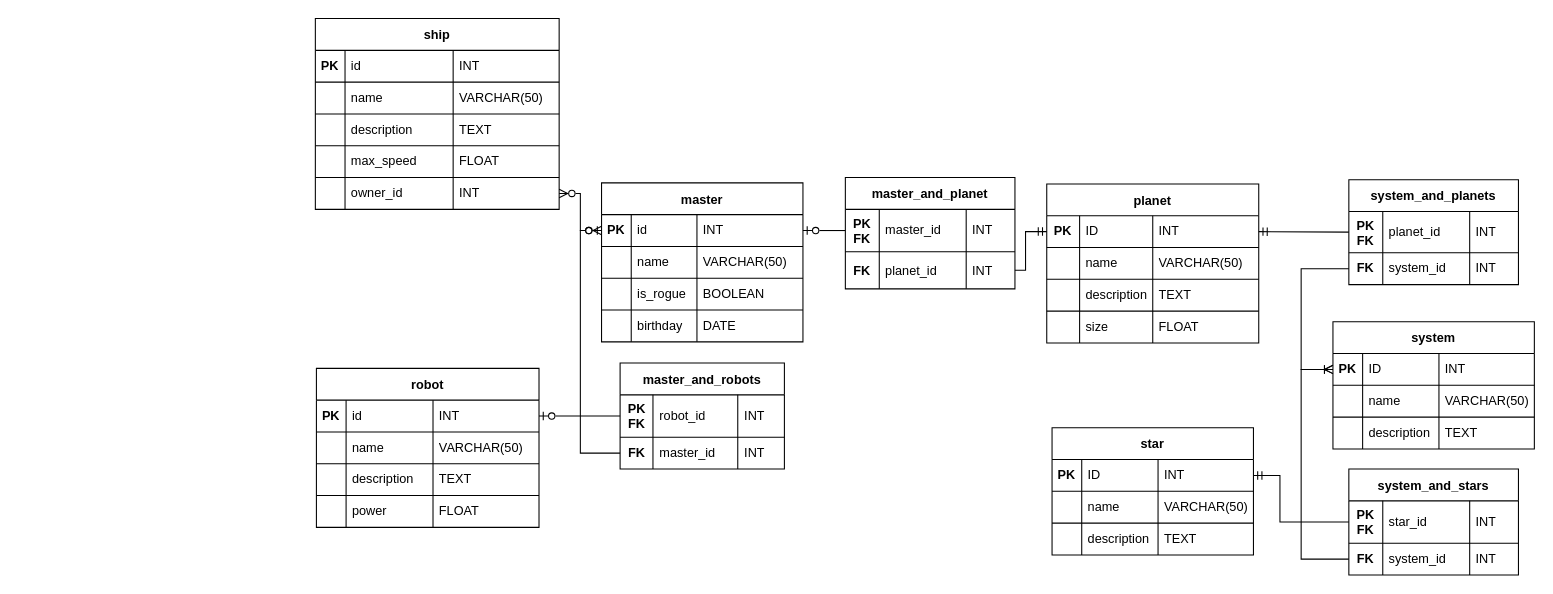
Earlier version of the draw.io diagram lab1/datalogical model.drawio (AskarKasimov/DB-labs). Source tidied: cells renumbered, new cells numbered last; positions are measured from the earlier drawing's top-left corner, leaving out a move shared by most shapes. Both pictures are drawn from the tidied source at 106%, with x=0, y=0 at pixel (315, 18).
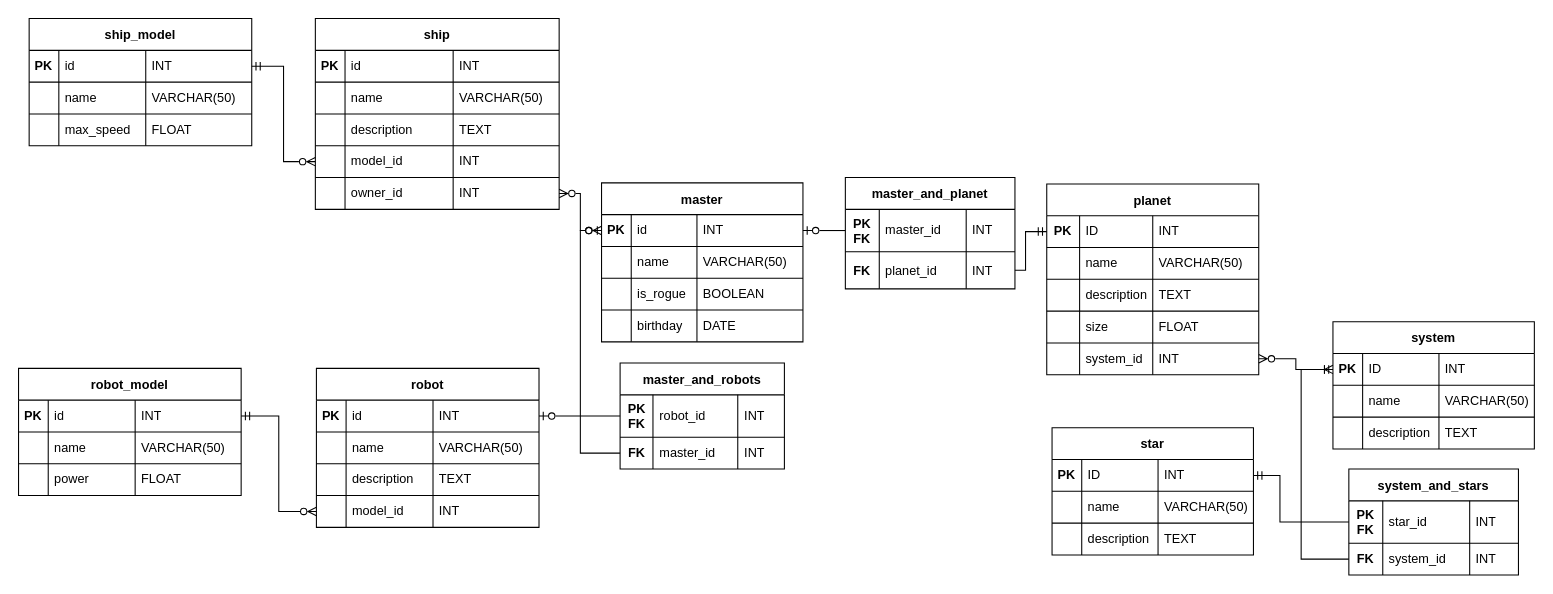
The same page after the edit.

The change refers to these unchanged cells:
```xml
<mxCell id="15" style="shape=tableRow;horizontal=0;startSize=0;swimlaneHead=0;swimlaneBody=0;strokeColor=inherit;top=0;left=0;bottom=0;right=0;fillColor=none;points=[[0,0.5],[1,0.5]];portConstraint=eastwest;fontSize=16;" parent="2" vertex="1">
  <mxGeometry y="120" width="230" height="30" as="geometry" />
</mxCell>
<mxCell id="36" style="shape=tableRow;horizontal=0;startSize=0;swimlaneHead=0;swimlaneBody=0;strokeColor=inherit;top=0;left=0;bottom=0;right=0;fillColor=none;points=[[0,0.5],[1,0.5]];portConstraint=eastwest;fontSize=16;" parent="23" vertex="1">
  <mxGeometry y="120" width="210" height="30" as="geometry" />
</mxCell>
<mxCell id="58" style="shape=tableRow;horizontal=0;startSize=0;swimlaneHead=0;swimlaneBody=0;strokeColor=inherit;top=0;left=0;bottom=0;right=0;fillColor=none;points=[[0,0.5],[1,0.5]];portConstraint=eastwest;fontSize=16;" parent="57" vertex="1">
  <mxGeometry y="30" width="190" height="30" as="geometry" />
</mxCell>
```

The edit, as a diff of the source:
```diff
@@
-    <mxCell id="17" value="max_speed" style="shape=partialRectangle;html=1;whiteSpace=wrap;strokeColor=inherit;overflow=hidden;fillColor=none;top=0;left=0;bottom=0;right=0;fontSize=12;align=left;spacing=6;" parent="15" vertex="1">
+    <mxCell id="17" value="model_id" style="shape=partialRectangle;html=1;whiteSpace=wrap;strokeColor=inherit;overflow=hidden;fillColor=none;top=0;left=0;bottom=0;right=0;fontSize=12;align=left;spacing=6;" parent="15" vertex="1">
       <mxGeometry x="28" width="102" height="30" as="geometry" />
     </mxCell>
-    <mxCell id="18" value="FLOAT" style="shape=partialRectangle;html=1;whiteSpace=wrap;strokeColor=inherit;overflow=hidden;fillColor=none;top=0;left=0;bottom=0;right=0;fontSize=12;align=left;spacing=6;" parent="15" vertex="1">
+    <mxCell id="18" value="INT" style="shape=partialRectangle;html=1;whiteSpace=wrap;strokeColor=inherit;overflow=hidden;fillColor=none;top=0;left=0;bottom=0;right=0;fontSize=12;align=left;spacing=6;" parent="15" vertex="1">
       <mxGeometry x="130" width="100" height="30" as="geometry" />
     </mxCell>
@@
-    <mxCell id="38" value="power" style="shape=partialRectangle;html=1;whiteSpace=wrap;strokeColor=inherit;overflow=hidden;fillColor=none;top=0;left=0;bottom=0;right=0;fontSize=12;align=left;spacing=6;" parent="36" vertex="1">
+    <mxCell id="38" value="model_id" style="shape=partialRectangle;html=1;whiteSpace=wrap;strokeColor=inherit;overflow=hidden;fillColor=none;top=0;left=0;bottom=0;right=0;fontSize=12;align=left;spacing=6;" parent="36" vertex="1">
       <mxGeometry x="28" width="82" height="30" as="geometry" />
     </mxCell>
-    <mxCell id="39" value="FLOAT" style="shape=partialRectangle;html=1;whiteSpace=wrap;strokeColor=inherit;overflow=hidden;fillColor=none;top=0;left=0;bottom=0;right=0;fontSize=12;align=left;spacing=6;" parent="36" vertex="1">
+    <mxCell id="39" value="INT" style="shape=partialRectangle;html=1;whiteSpace=wrap;strokeColor=inherit;overflow=hidden;fillColor=none;top=0;left=0;bottom=0;right=0;fontSize=12;align=left;spacing=6;" parent="36" vertex="1">
       <mxGeometry x="110" width="100" height="30" as="geometry" />
     </mxCell>
@@
     <mxCell id="70" value="planet" style="shape=table;startSize=30;childLayout=tableLayout;strokeColor=default;fontSize=12;fontStyle=1;" parent="1" vertex="1">
-      <mxGeometry x="690" y="156" width="200" height="150" as="geometry" />
+      <mxGeometry x="690" y="156" width="200" height="180" as="geometry" />
     </mxCell>
@@
+    <mxCell id="145" style="shape=tableRow;horizontal=0;startSize=0;swimlaneHead=0;swimlaneBody=0;strokeColor=inherit;top=0;left=0;bottom=0;right=0;fillColor=none;points=[[0,0.5],[1,0.5]];portConstraint=eastwest;fontSize=16;" parent="70" vertex="1">
+      <mxGeometry y="150" width="200" height="30" as="geometry" />
+    </mxCell>
+    <mxCell id="146" style="shape=partialRectangle;html=1;whiteSpace=wrap;strokeColor=inherit;overflow=hidden;fillColor=none;top=0;left=0;bottom=0;right=0;fontSize=12;align=left;spacing=6;" parent="145" vertex="1">
+      <mxGeometry width="31" height="30" as="geometry" />
+    </mxCell>
+    <mxCell id="125" value="system_id" style="shape=partialRectangle;html=1;whiteSpace=wrap;strokeColor=inherit;overflow=hidden;fillColor=none;top=0;left=0;bottom=0;right=0;fontSize=12;align=left;spacing=6;" parent="145" vertex="1">
+      <mxGeometry x="31" width="69" height="30" as="geometry" />
+    </mxCell>
+    <mxCell id="147" value="INT" style="shape=partialRectangle;html=1;whiteSpace=wrap;strokeColor=inherit;overflow=hidden;fillColor=none;top=0;left=0;bottom=0;right=0;fontSize=12;align=left;spacing=6;" parent="145" vertex="1">
+      <mxGeometry x="100" width="100" height="30" as="geometry" />
+    </mxCell>
@@
-    <mxCell id="118" value="system_and_planets" style="shape=table;startSize=30;childLayout=tableLayout;strokeColor=default;fontSize=12;fontStyle=1;" parent="1" vertex="1">
-      <mxGeometry x="975" y="152" width="160" height="99" as="geometry" />
-    </mxCell>
-    <mxCell id="119" style="shape=tableRow;horizontal=0;startSize=0;swimlaneHead=0;swimlaneBody=0;strokeColor=inherit;top=0;left=0;bottom=0;right=0;fillColor=none;points=[[0,0.5],[1,0.5]];portConstraint=eastwest;fontSize=16;" parent="118" vertex="1">
-      <mxGeometry y="30" width="160" height="39" as="geometry" />
-    </mxCell>
-    <mxCell id="120" value="&lt;font&gt;&lt;span&gt;PK FK&lt;/span&gt;&lt;/font&gt;" style="shape=partialRectangle;html=1;whiteSpace=wrap;strokeColor=inherit;overflow=hidden;fillColor=none;top=0;left=0;bottom=0;right=0;fontSize=12;align=center;spacing=6;fontStyle=1;" parent="119" vertex="1">
-      <mxGeometry width="32" height="39" as="geometry" />
-    </mxCell>
-    <mxCell id="121" value="planet_id" style="shape=partialRectangle;html=1;whiteSpace=wrap;strokeColor=inherit;overflow=hidden;fillColor=none;top=0;left=0;bottom=0;right=0;fontSize=12;align=left;spacingTop=0;spacing=6;" parent="119" vertex="1">
-      <mxGeometry x="32" width="82" height="39" as="geometry" />
-    </mxCell>
-    <mxCell id="122" value="INT" style="shape=partialRectangle;html=1;whiteSpace=wrap;strokeColor=inherit;overflow=hidden;fillColor=none;top=0;left=0;bottom=0;right=0;fontSize=12;align=left;spacing=6;" parent="119" vertex="1">
-      <mxGeometry x="114" width="46" height="39" as="geometry" />
-    </mxCell>
-    <mxCell id="123" style="shape=tableRow;horizontal=0;startSize=0;swimlaneHead=0;swimlaneBody=0;strokeColor=inherit;top=0;left=0;bottom=0;right=0;fillColor=none;points=[[0,0.5],[1,0.5]];portConstraint=eastwest;fontSize=16;" parent="118" vertex="1">
-      <mxGeometry y="69" width="160" height="30" as="geometry" />
-    </mxCell>
-    <mxCell id="124" value="FK" style="shape=partialRectangle;html=1;whiteSpace=wrap;strokeColor=inherit;overflow=hidden;fillColor=none;top=0;left=0;bottom=0;right=0;fontSize=12;align=center;spacing=6;fontStyle=1;" parent="123" vertex="1">
-      <mxGeometry width="32" height="30" as="geometry" />
-    </mxCell>
-    <mxCell id="125" value="system_id" style="shape=partialRectangle;html=1;whiteSpace=wrap;strokeColor=inherit;overflow=hidden;fillColor=none;top=0;left=0;bottom=0;right=0;fontSize=12;align=left;spacing=6;" parent="123" vertex="1">
-      <mxGeometry x="32" width="82" height="30" as="geometry" />
-    </mxCell>
-    <mxCell id="126" value="INT" style="shape=partialRectangle;html=1;whiteSpace=wrap;strokeColor=inherit;overflow=hidden;fillColor=none;top=0;left=0;bottom=0;right=0;fontSize=12;align=left;spacing=6;" parent="123" vertex="1">
-      <mxGeometry x="114" width="46" height="30" as="geometry" />
-    </mxCell>
@@
-    <mxCell id="140" style="edgeStyle=orthogonalEdgeStyle;rounded=0;jettySize=auto;html=1;entryX=1;entryY=0.5;entryDx=0;entryDy=0;exitX=0;exitY=0.5;exitDx=0;exitDy=0;endArrow=ERmandOne;endFill=0;" parent="1" edge="1" source="119">
-      <mxGeometry relative="1" as="geometry">
-        <mxPoint x="890" y="201" as="targetPoint" />
-      </mxGeometry>
-    </mxCell>
-    <mxCell id="141" style="edgeStyle=orthogonalEdgeStyle;rounded=0;jettySize=auto;html=1;entryX=0;entryY=0.5;entryDx=0;entryDy=0;endArrow=ERoneToMany;endFill=0;" parent="1" edge="1" source="123" target="58">
-      <mxGeometry relative="1" as="geometry">
-        <Array as="points">
-          <mxPoint x="930" y="236" />
-          <mxPoint x="930" y="331" />
-        </Array>
-      </mxGeometry>
-    </mxCell>
@@
+    <mxCell id="148" style="edgeStyle=orthogonalEdgeStyle;rounded=0;jettySize=auto;html=1;endArrow=ERmandOne;endFill=0;startArrow=ERzeroToMany;startFill=0;" parent="1" edge="1" source="145" target="58">
+      <mxGeometry relative="1" as="geometry" />
+    </mxCell>
+    <mxCell id="149" value="robot_model" style="shape=table;startSize=30;childLayout=tableLayout;strokeColor=default;fontSize=12;fontStyle=1;" parent="1" vertex="1">
+      <mxGeometry x="-280" y="330" width="210" height="120" as="geometry" />
+    </mxCell>
+    <mxCell id="150" style="shape=tableRow;horizontal=0;startSize=0;swimlaneHead=0;swimlaneBody=0;strokeColor=inherit;top=0;left=0;bottom=0;right=0;fillColor=none;points=[[0,0.5],[1,0.5]];portConstraint=eastwest;fontSize=16;" parent="149" vertex="1">
+      <mxGeometry y="30" width="210" height="30" as="geometry" />
+    </mxCell>
+    <mxCell id="151" value="&lt;font&gt;&lt;b&gt;PK&lt;/b&gt;&lt;/font&gt;" style="shape=partialRectangle;html=1;whiteSpace=wrap;strokeColor=inherit;overflow=hidden;fillColor=none;top=0;left=0;bottom=0;right=0;fontSize=12;align=center;spacing=6;" parent="150" vertex="1">
+      <mxGeometry width="28" height="30" as="geometry" />
+    </mxCell>
+    <mxCell id="152" value="&lt;font&gt;id&lt;/font&gt;" style="shape=partialRectangle;html=1;whiteSpace=wrap;strokeColor=inherit;overflow=hidden;fillColor=none;top=0;left=0;bottom=0;right=0;fontSize=12;align=left;spacingTop=0;spacing=6;" parent="150" vertex="1">
+      <mxGeometry x="28" width="82" height="30" as="geometry" />
+    </mxCell>
+    <mxCell id="153" value="INT" style="shape=partialRectangle;html=1;whiteSpace=wrap;strokeColor=inherit;overflow=hidden;fillColor=none;top=0;left=0;bottom=0;right=0;fontSize=12;align=left;spacing=6;" parent="150" vertex="1">
+      <mxGeometry x="110" width="100" height="30" as="geometry" />
+    </mxCell>
+    <mxCell id="154" style="shape=tableRow;horizontal=0;startSize=0;swimlaneHead=0;swimlaneBody=0;strokeColor=inherit;top=0;left=0;bottom=0;right=0;fillColor=none;fontSize=16;" parent="149" vertex="1">
+      <mxGeometry y="60" width="210" height="30" as="geometry" />
+    </mxCell>
+    <mxCell id="155" style="shape=partialRectangle;html=1;whiteSpace=wrap;strokeColor=inherit;overflow=hidden;fillColor=none;top=0;left=0;bottom=0;right=0;fontSize=12;align=center;spacing=6;" parent="154" vertex="1">
+      <mxGeometry width="28" height="30" as="geometry" />
+    </mxCell>
+    <mxCell id="156" value="name" style="shape=partialRectangle;html=1;whiteSpace=wrap;strokeColor=inherit;overflow=hidden;fillColor=none;top=0;left=0;bottom=0;right=0;fontSize=12;align=left;spacingTop=0;spacing=6;" parent="154" vertex="1">
+      <mxGeometry x="28" width="82" height="30" as="geometry" />
+    </mxCell>
+    <mxCell id="157" value="VARCHAR(50)" style="shape=partialRectangle;html=1;whiteSpace=wrap;strokeColor=inherit;overflow=hidden;fillColor=none;top=0;left=0;bottom=0;right=0;fontSize=12;align=left;spacing=6;" parent="154" vertex="1">
+      <mxGeometry x="110" width="100" height="30" as="geometry" />
+    </mxCell>
+    <mxCell id="158" style="shape=tableRow;horizontal=0;startSize=0;swimlaneHead=0;swimlaneBody=0;strokeColor=inherit;top=0;left=0;bottom=0;right=0;fillColor=none;fontSize=16;" parent="149" vertex="1">
+      <mxGeometry y="90" width="210" height="30" as="geometry" />
+    </mxCell>
+    <mxCell id="159" style="shape=partialRectangle;html=1;whiteSpace=wrap;strokeColor=inherit;overflow=hidden;fillColor=none;top=0;left=0;bottom=0;right=0;fontSize=12;align=left;spacing=6;" parent="158" vertex="1">
+      <mxGeometry width="28" height="30" as="geometry" />
+    </mxCell>
+    <mxCell id="160" value="power" style="shape=partialRectangle;html=1;whiteSpace=wrap;strokeColor=inherit;overflow=hidden;fillColor=none;top=0;left=0;bottom=0;right=0;fontSize=12;align=left;spacing=6;" parent="158" vertex="1">
+      <mxGeometry x="28" width="82" height="30" as="geometry" />
+    </mxCell>
+    <mxCell id="161" value="FLOAT" style="shape=partialRectangle;html=1;whiteSpace=wrap;strokeColor=inherit;overflow=hidden;fillColor=none;top=0;left=0;bottom=0;right=0;fontSize=12;align=left;spacing=6;" parent="158" vertex="1">
+      <mxGeometry x="110" width="100" height="30" as="geometry" />
+    </mxCell>
+    <mxCell id="162" style="edgeStyle=orthogonalEdgeStyle;rounded=0;jettySize=auto;html=1;entryX=1;entryY=0.5;entryDx=0;entryDy=0;endArrow=ERmandOne;endFill=0;startArrow=ERzeroToMany;startFill=0;" parent="1" edge="1" source="36" target="150">
+      <mxGeometry relative="1" as="geometry" />
+    </mxCell>
+    <mxCell id="163" value="ship_model" style="shape=table;startSize=30;childLayout=tableLayout;strokeColor=default;fontSize=12;fontStyle=1;" parent="1" vertex="1">
+      <mxGeometry x="-270" width="210" height="120" as="geometry" />
+    </mxCell>
+    <mxCell id="164" style="shape=tableRow;horizontal=0;startSize=0;swimlaneHead=0;swimlaneBody=0;strokeColor=inherit;top=0;left=0;bottom=0;right=0;fillColor=none;points=[[0,0.5],[1,0.5]];portConstraint=eastwest;fontSize=16;" parent="163" vertex="1">
+      <mxGeometry y="30" width="210" height="30" as="geometry" />
+    </mxCell>
+    <mxCell id="165" value="&lt;font&gt;&lt;b&gt;PK&lt;/b&gt;&lt;/font&gt;" style="shape=partialRectangle;html=1;whiteSpace=wrap;strokeColor=inherit;overflow=hidden;fillColor=none;top=0;left=0;bottom=0;right=0;fontSize=12;align=center;spacing=6;" parent="164" vertex="1">
+      <mxGeometry width="28" height="30" as="geometry" />
+    </mxCell>
+    <mxCell id="166" value="&lt;font&gt;id&lt;/font&gt;" style="shape=partialRectangle;html=1;whiteSpace=wrap;strokeColor=inherit;overflow=hidden;fillColor=none;top=0;left=0;bottom=0;right=0;fontSize=12;align=left;spacingTop=0;spacing=6;" parent="164" vertex="1">
+      <mxGeometry x="28" width="82" height="30" as="geometry" />
+    </mxCell>
+    <mxCell id="167" value="INT" style="shape=partialRectangle;html=1;whiteSpace=wrap;strokeColor=inherit;overflow=hidden;fillColor=none;top=0;left=0;bottom=0;right=0;fontSize=12;align=left;spacing=6;" parent="164" vertex="1">
+      <mxGeometry x="110" width="100" height="30" as="geometry" />
+    </mxCell>
+    <mxCell id="168" style="shape=tableRow;horizontal=0;startSize=0;swimlaneHead=0;swimlaneBody=0;strokeColor=inherit;top=0;left=0;bottom=0;right=0;fillColor=none;fontSize=16;" parent="163" vertex="1">
+      <mxGeometry y="60" width="210" height="30" as="geometry" />
+    </mxCell>
+    <mxCell id="169" style="shape=partialRectangle;html=1;whiteSpace=wrap;strokeColor=inherit;overflow=hidden;fillColor=none;top=0;left=0;bottom=0;right=0;fontSize=12;align=center;spacing=6;" parent="168" vertex="1">
+      <mxGeometry width="28" height="30" as="geometry" />
+    </mxCell>
+    <mxCell id="170" value="name" style="shape=partialRectangle;html=1;whiteSpace=wrap;strokeColor=inherit;overflow=hidden;fillColor=none;top=0;left=0;bottom=0;right=0;fontSize=12;align=left;spacingTop=0;spacing=6;" parent="168" vertex="1">
+      <mxGeometry x="28" width="82" height="30" as="geometry" />
+    </mxCell>
+    <mxCell id="171" value="VARCHAR(50)" style="shape=partialRectangle;html=1;whiteSpace=wrap;strokeColor=inherit;overflow=hidden;fillColor=none;top=0;left=0;bottom=0;right=0;fontSize=12;align=left;spacing=6;" parent="168" vertex="1">
+      <mxGeometry x="110" width="100" height="30" as="geometry" />
+    </mxCell>
+    <mxCell id="172" style="shape=tableRow;horizontal=0;startSize=0;swimlaneHead=0;swimlaneBody=0;strokeColor=inherit;top=0;left=0;bottom=0;right=0;fillColor=none;fontSize=16;" parent="163" vertex="1">
+      <mxGeometry y="90" width="210" height="30" as="geometry" />
+    </mxCell>
+    <mxCell id="173" style="shape=partialRectangle;html=1;whiteSpace=wrap;strokeColor=inherit;overflow=hidden;fillColor=none;top=0;left=0;bottom=0;right=0;fontSize=12;align=left;spacing=6;" parent="172" vertex="1">
+      <mxGeometry width="28" height="30" as="geometry" />
+    </mxCell>
+    <mxCell id="174" value="max_speed" style="shape=partialRectangle;html=1;whiteSpace=wrap;strokeColor=inherit;overflow=hidden;fillColor=none;top=0;left=0;bottom=0;right=0;fontSize=12;align=left;spacing=6;" parent="172" vertex="1">
+      <mxGeometry x="28" width="82" height="30" as="geometry" />
+    </mxCell>
+    <mxCell id="175" value="FLOAT" style="shape=partialRectangle;html=1;whiteSpace=wrap;strokeColor=inherit;overflow=hidden;fillColor=none;top=0;left=0;bottom=0;right=0;fontSize=12;align=left;spacing=6;" parent="172" vertex="1">
+      <mxGeometry x="110" width="100" height="30" as="geometry" />
+    </mxCell>
+    <mxCell id="176" style="edgeStyle=orthogonalEdgeStyle;rounded=0;jettySize=auto;html=1;entryX=1;entryY=0.5;entryDx=0;entryDy=0;endArrow=ERmandOne;endFill=0;startArrow=ERzeroToMany;startFill=0;" parent="1" edge="1" source="15" target="164">
+      <mxGeometry relative="1" as="geometry" />
+    </mxCell>
```
